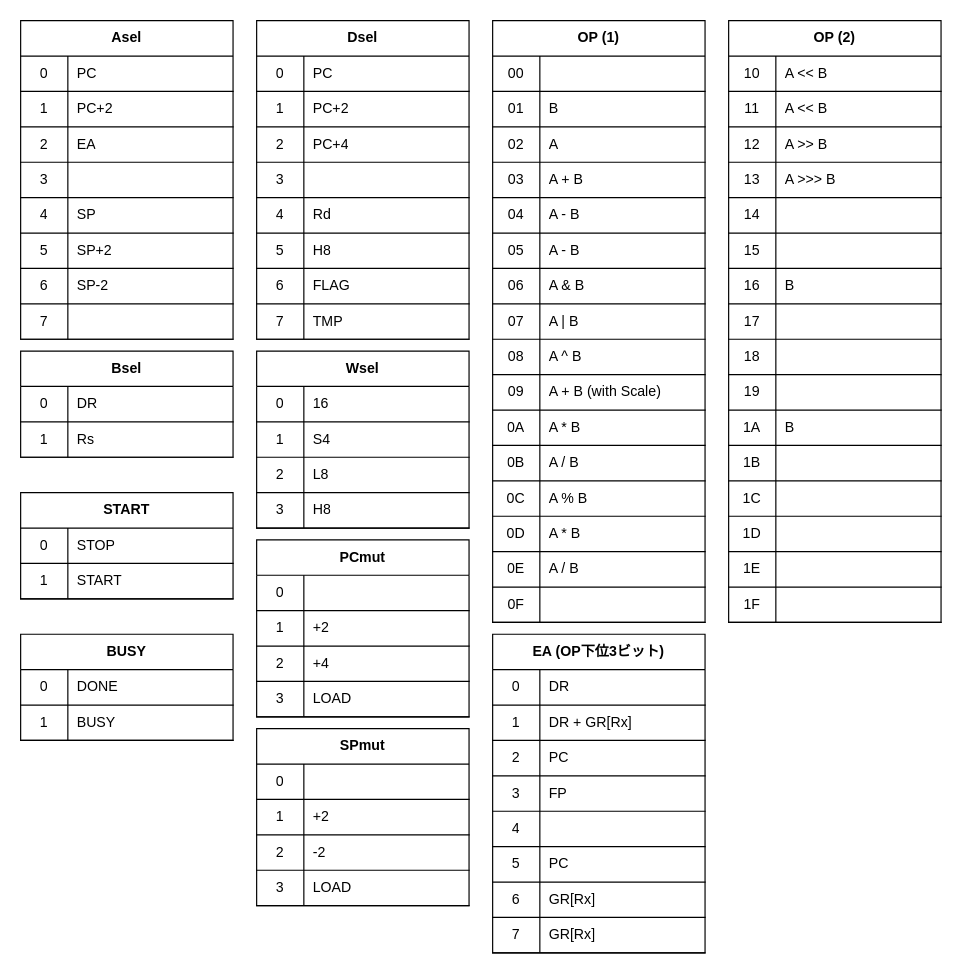
Earlier version of the draw.io diagram page "ページ2" (2 of 2) of Doc/VHDL/TaC/tac_cpu.drawio (tctsigemura/TeC7). Source tidied: cells renumbered, new cells numbered last; positions are measured from the earlier drawing's top-left corner, leaving out a move shared by most shapes. Both pictures are drawn from the tidied source at 118%, with x=0, y=0 at pixel (20, 20).
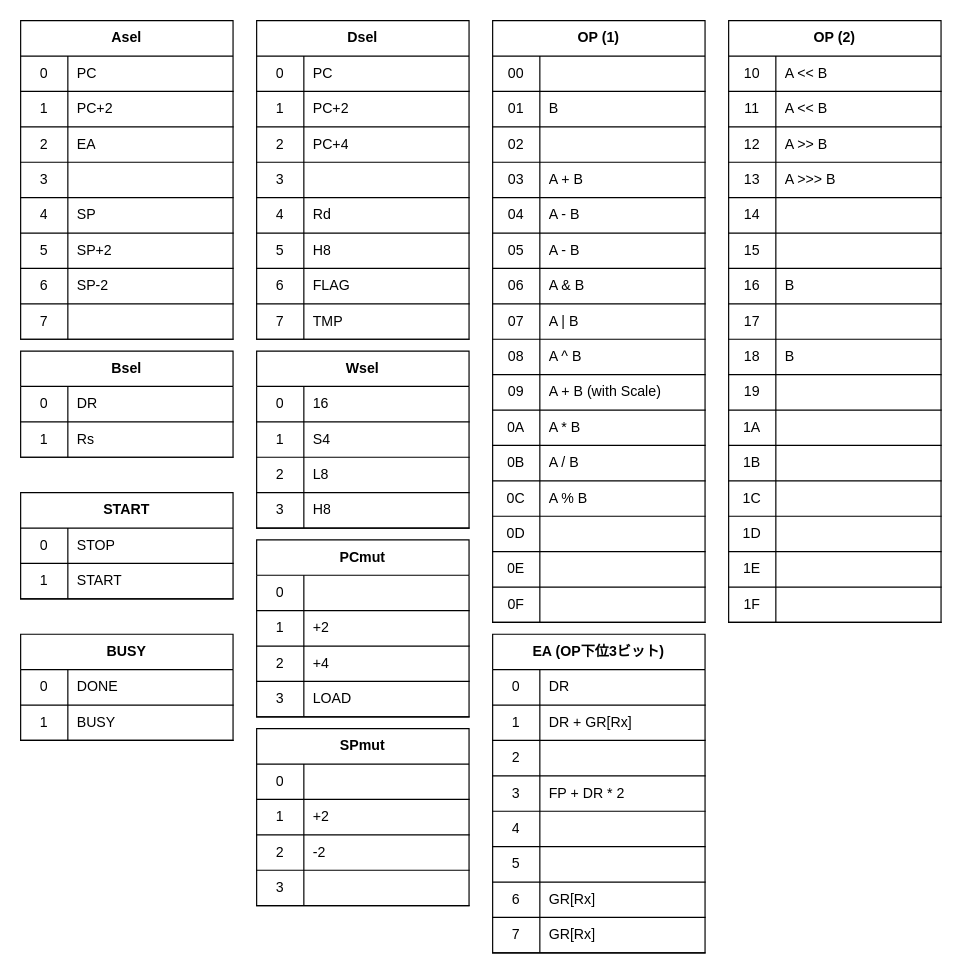
After the change.

Unchanged cells that the change refers to:
```xml
<mxCell id="102" style="shape=partialRectangle;html=1;whiteSpace=wrap;fillColor=none;top=0;left=0;bottom=1;right=0;" parent="92" vertex="1">
  <mxGeometry y="120" width="180" height="30" as="geometry" />
</mxCell>
<mxCell id="119" style="shape=partialRectangle;html=1;whiteSpace=wrap;fillColor=none;top=0;left=0;bottom=1;right=0;" parent="112" vertex="1">
  <mxGeometry y="90" width="180" height="30" as="geometry" />
</mxCell>
<mxCell id="152" style="shape=partialRectangle;html=1;whiteSpace=wrap;fillColor=none;top=0;left=0;bottom=1;right=0;" parent="112" vertex="1">
  <mxGeometry y="420" width="180" height="30" as="geometry" />
</mxCell>
<mxCell id="155" style="shape=partialRectangle;html=1;whiteSpace=wrap;fillColor=none;top=0;left=0;bottom=1;right=0;" parent="112" vertex="1">
  <mxGeometry y="450" width="180" height="30" as="geometry" />
</mxCell>
<mxCell id="186" style="shape=partialRectangle;html=1;whiteSpace=wrap;fillColor=none;top=0;left=0;bottom=1;right=0;" parent="161" vertex="1">
  <mxGeometry y="270" width="180" height="30" as="geometry" />
</mxCell>
<mxCell id="192" style="shape=partialRectangle;html=1;whiteSpace=wrap;fillColor=none;top=0;left=0;bottom=1;right=0;" parent="161" vertex="1">
  <mxGeometry y="330" width="180" height="30" as="geometry" />
</mxCell>
<mxCell id="217" style="shape=partialRectangle;html=1;whiteSpace=wrap;fillColor=none;top=0;left=0;bottom=1;right=0;" parent="210" vertex="1">
  <mxGeometry y="90" width="180" height="30" as="geometry" />
</mxCell>
<mxCell id="220" style="shape=partialRectangle;html=1;whiteSpace=wrap;fillColor=none;top=0;left=0;bottom=1;right=0;" parent="210" vertex="1">
  <mxGeometry y="120" width="180" height="30" as="geometry" />
</mxCell>
<mxCell id="226" style="shape=partialRectangle;html=1;whiteSpace=wrap;fillColor=none;top=0;left=0;bottom=1;right=0;" parent="210" vertex="1">
  <mxGeometry y="180" width="180" height="30" as="geometry" />
</mxCell>
```

The edit, as a diff of the source:
```diff
@@
-    <mxCell id="104" value="LOAD" style="shape=partialRectangle;html=1;whiteSpace=wrap;fillColor=none;top=0;left=0;bottom=0;right=0;align=left;spacingLeft=6;overflow=hidden;" parent="102" vertex="1">
+    <mxCell id="104" style="shape=partialRectangle;html=1;whiteSpace=wrap;fillColor=none;top=0;left=0;bottom=0;right=0;align=left;spacingLeft=6;overflow=hidden;" parent="102" vertex="1">
       <mxGeometry x="40" width="140" height="30" as="geometry" />
     </mxCell>
@@
-    <mxCell id="121" value="A" style="shape=partialRectangle;html=1;whiteSpace=wrap;fillColor=none;top=0;left=0;bottom=0;right=0;align=left;spacingLeft=6;overflow=hidden;" parent="119" vertex="1">
+    <mxCell id="121" style="shape=partialRectangle;html=1;whiteSpace=wrap;fillColor=none;top=0;left=0;bottom=0;right=0;align=left;spacingLeft=6;overflow=hidden;" parent="119" vertex="1">
       <mxGeometry x="40" width="140" height="30" as="geometry" />
     </mxCell>
@@
-    <mxCell id="154" value="A * B" style="shape=partialRectangle;html=1;whiteSpace=wrap;fillColor=none;top=0;left=0;bottom=0;right=0;align=left;spacingLeft=6;overflow=hidden;" parent="152" vertex="1">
+    <mxCell id="154" style="shape=partialRectangle;html=1;whiteSpace=wrap;fillColor=none;top=0;left=0;bottom=0;right=0;align=left;spacingLeft=6;overflow=hidden;" parent="152" vertex="1">
       <mxGeometry x="40" width="140" height="30" as="geometry" />
     </mxCell>
@@
-    <mxCell id="157" value="A / B" style="shape=partialRectangle;html=1;whiteSpace=wrap;fillColor=none;top=0;left=0;bottom=0;right=0;align=left;spacingLeft=6;overflow=hidden;" parent="155" vertex="1">
+    <mxCell id="157" style="shape=partialRectangle;html=1;whiteSpace=wrap;fillColor=none;top=0;left=0;bottom=0;right=0;align=left;spacingLeft=6;overflow=hidden;" parent="155" vertex="1">
       <mxGeometry x="40" width="140" height="30" as="geometry" />
     </mxCell>
@@
-    <mxCell id="188" style="shape=partialRectangle;html=1;whiteSpace=wrap;fillColor=none;top=0;left=0;bottom=0;right=0;align=left;spacingLeft=6;overflow=hidden;" parent="186" vertex="1">
+    <mxCell id="188" value="B" style="shape=partialRectangle;html=1;whiteSpace=wrap;fillColor=none;top=0;left=0;bottom=0;right=0;align=left;spacingLeft=6;overflow=hidden;" parent="186" vertex="1">
       <mxGeometry x="40" width="140" height="30" as="geometry" />
     </mxCell>
@@
-    <mxCell id="194" value="B" style="shape=partialRectangle;html=1;whiteSpace=wrap;fillColor=none;top=0;left=0;bottom=0;right=0;align=left;spacingLeft=6;overflow=hidden;" parent="192" vertex="1">
+    <mxCell id="194" style="shape=partialRectangle;html=1;whiteSpace=wrap;fillColor=none;top=0;left=0;bottom=0;right=0;align=left;spacingLeft=6;overflow=hidden;" parent="192" vertex="1">
       <mxGeometry x="40" width="140" height="30" as="geometry" />
     </mxCell>
@@
-    <mxCell id="219" value="PC" style="shape=partialRectangle;html=1;whiteSpace=wrap;fillColor=none;top=0;left=0;bottom=0;right=0;align=left;spacingLeft=6;overflow=hidden;" parent="217" vertex="1">
+    <mxCell id="219" style="shape=partialRectangle;html=1;whiteSpace=wrap;fillColor=none;top=0;left=0;bottom=0;right=0;align=left;spacingLeft=6;overflow=hidden;" parent="217" vertex="1">
       <mxGeometry x="40" width="140" height="30" as="geometry" />
     </mxCell>
@@
-    <mxCell id="222" value="FP" style="shape=partialRectangle;html=1;whiteSpace=wrap;fillColor=none;top=0;left=0;bottom=0;right=0;align=left;spacingLeft=6;overflow=hidden;" parent="220" vertex="1">
+    <mxCell id="222" value="FP + DR * 2" style="shape=partialRectangle;html=1;whiteSpace=wrap;fillColor=none;top=0;left=0;bottom=0;right=0;align=left;spacingLeft=6;overflow=hidden;" parent="220" vertex="1">
       <mxGeometry x="40" width="140" height="30" as="geometry" />
     </mxCell>
@@
-    <mxCell id="228" value="PC" style="shape=partialRectangle;html=1;whiteSpace=wrap;fillColor=none;top=0;left=0;bottom=0;right=0;align=left;spacingLeft=6;overflow=hidden;" parent="226" vertex="1">
+    <mxCell id="228" style="shape=partialRectangle;html=1;whiteSpace=wrap;fillColor=none;top=0;left=0;bottom=0;right=0;align=left;spacingLeft=6;overflow=hidden;" parent="226" vertex="1">
       <mxGeometry x="40" width="140" height="30" as="geometry" />
     </mxCell>
```
